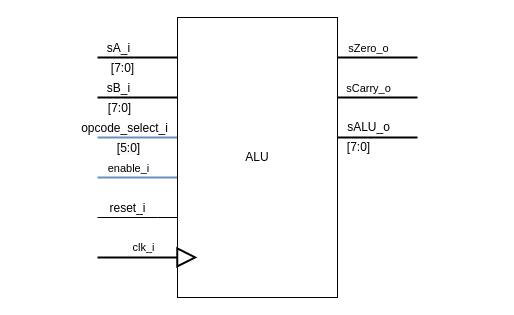
The draw.io diagram Blockbeschreibungen/ALU_beschreibung.drawio in graefjk/RO2, before the edit. Source tidied: cells renumbered, new cells numbered last; positions are measured from the earlier drawing's top-left corner, leaving out a move shared by most shapes. Both pictures are drawn from the tidied source at 100%, with x=0, y=0 at pixel (97, 17).
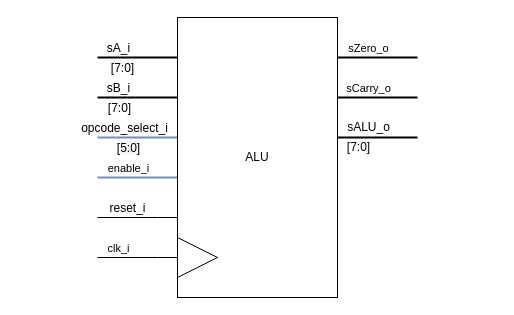
After the change.

The change refers to these unchanged cells:
```xml
<mxCell id="22" value="ALU" style="rounded=0;whiteSpace=wrap;html=1;rotation=0;" parent="1" vertex="1">
  <mxGeometry x="80" width="160" height="280" as="geometry" />
</mxCell>
```

Change to the diagram source:
```diff
@@
+    <mxCell id="24" style="edgeStyle=orthogonalEdgeStyle;rounded=0;jettySize=auto;html=1;endArrow=none;endFill=0;" parent="1" edge="1" source="22">
+      <mxGeometry relative="1" as="geometry">
+        <mxPoint y="240" as="targetPoint" />
+        <Array as="points">
+          <mxPoint x="60" y="240" />
+          <mxPoint x="60" y="240" />
+        </Array>
+      </mxGeometry>
+    </mxCell>
+    <mxCell id="23" value="clk_i" style="edgeLabel;html=1;align=center;verticalAlign=middle;" parent="24" vertex="1">
+      <mxGeometry x="0.81" relative="1" as="geometry">
+        <mxPoint x="12.4" y="-10" as="offset" />
+      </mxGeometry>
+    </mxCell>
@@
-    <mxCell id="23" value="clk_i" style="endArrow=block;endSize=16;endFill=0;html=1;strokeWidth=2;entryX=0.125;entryY=0.857;entryDx=0;entryDy=0;entryPerimeter=0;" parent="1" edge="1" target="22">
-      <mxGeometry x="-0.09" y="10" relative="1" as="geometry">
-        <mxPoint y="240" as="sourcePoint" />
-      </mxGeometry>
-    </mxCell>
+    <mxCell id="25" style="triangle;whiteSpace=wrap;html=1;" parent="1" vertex="1">
+      <mxGeometry x="80" y="220" width="40" height="40" as="geometry" />
+    </mxCell>
+    <mxCell id="26" style="rounded=0;whiteSpace=wrap;html=1;fillColor=none;strokeColor=none;" parent="1" vertex="1">
+      <mxGeometry x="-80" width="480" height="40" as="geometry" />
+    </mxCell>
```
